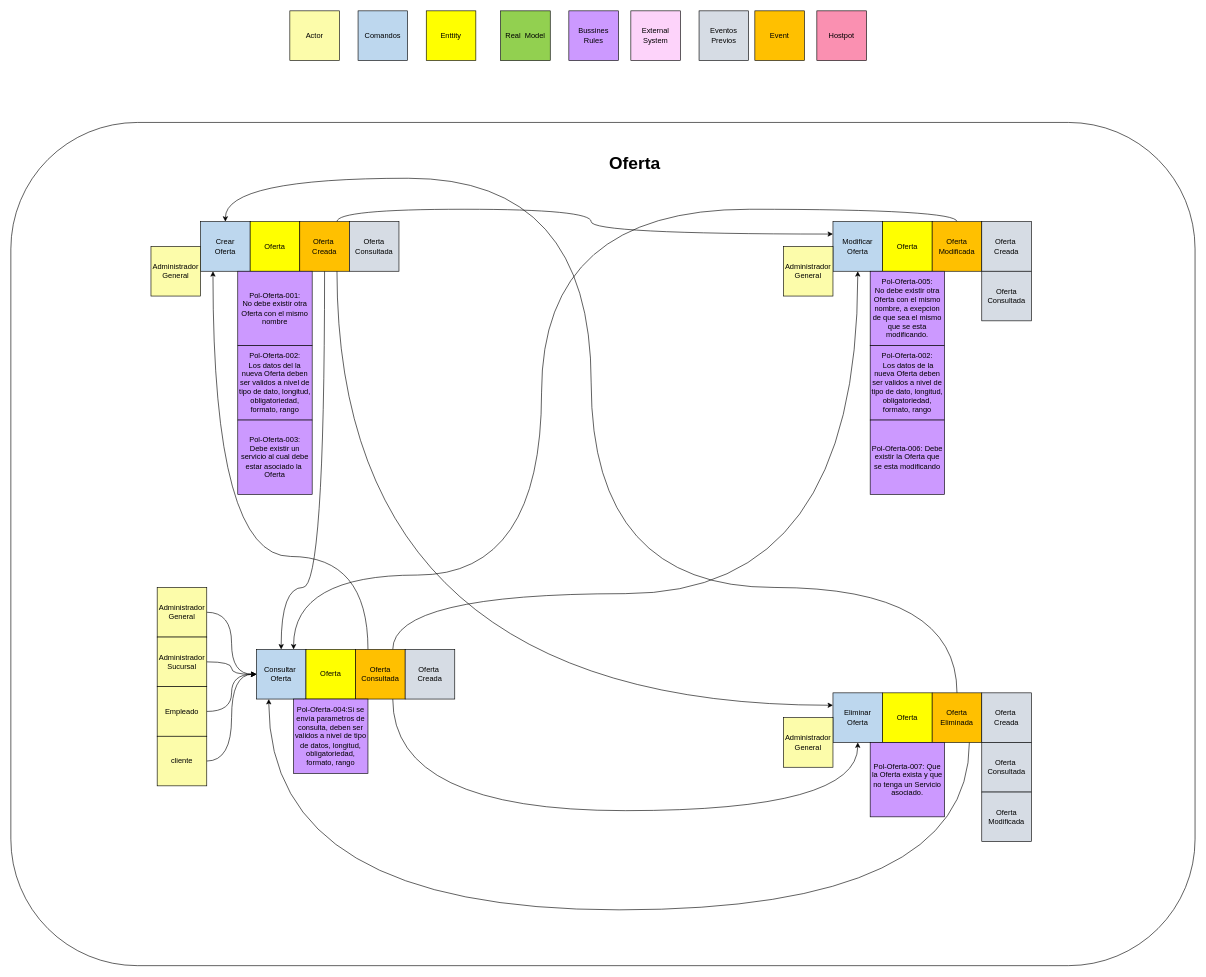
Above: page "Oferta-Event Storming" (4 of 4) of SpaOnline/EventStorming/Servicios-Event Storming.drawio in cristianospina/DOO (draw.io), before the change. Source tidied: cells renumbered, new cells numbered last; positions are measured from the earlier drawing's top-left corner, leaving out a move shared by most shapes. Both pictures are drawn from the tidied source at 62%, with x=0, y=0 at pixel (11, 11).
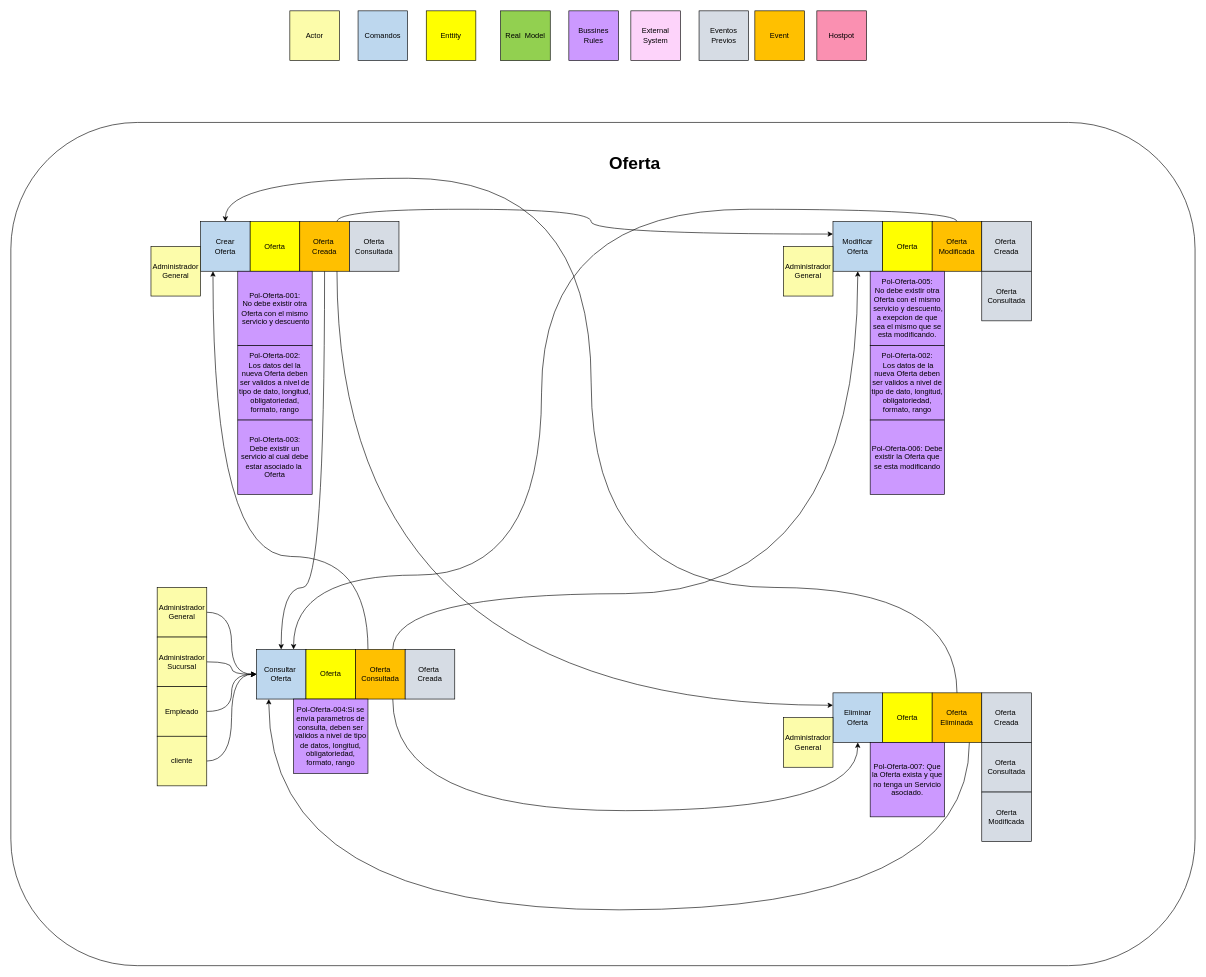
The same page after the edit.

Commit message (it also covers changes not shown here):
Responsabilidades Fabricante-Servicio-Sucursal

Change to the diagram source:
```diff
@@
-    <mxCell id="20" value="Pol-Oferta-001:&lt;br&gt;No debe existir otra Oferta con el mismo nombre" style="whiteSpace=wrap;html=1;fillColor=#CC99FF;" parent="1" vertex="1">
+    <mxCell id="20" value="Pol-Oferta-001:&lt;br&gt;No debe existir otra Oferta con el mismo &amp;nbsp;servicio y descuento" style="whiteSpace=wrap;html=1;fillColor=#CC99FF;" parent="1" vertex="1">
       <mxGeometry x="366" y="420" width="120" height="120" as="geometry" />
     </mxCell>
@@
-    <mxCell id="51" value="Pol-Oferta-005:&lt;br&gt;No debe existir otra Oferta&amp;nbsp;con el mismo nombre, a exepcion de que sea el mismo que se esta modificando." style="whiteSpace=wrap;html=1;fillColor=#CC99FF;" parent="1" vertex="1">
+    <mxCell id="51" value="Pol-Oferta-005:&lt;br&gt;No debe existir otra Oferta&amp;nbsp;con el mismo &amp;nbsp;servicio y descuento, a exepcion de que sea el mismo que se esta modificando." style="whiteSpace=wrap;html=1;fillColor=#CC99FF;" parent="1" vertex="1">
       <mxGeometry x="1386" y="420" width="120" height="120" as="geometry" />
     </mxCell>
```
